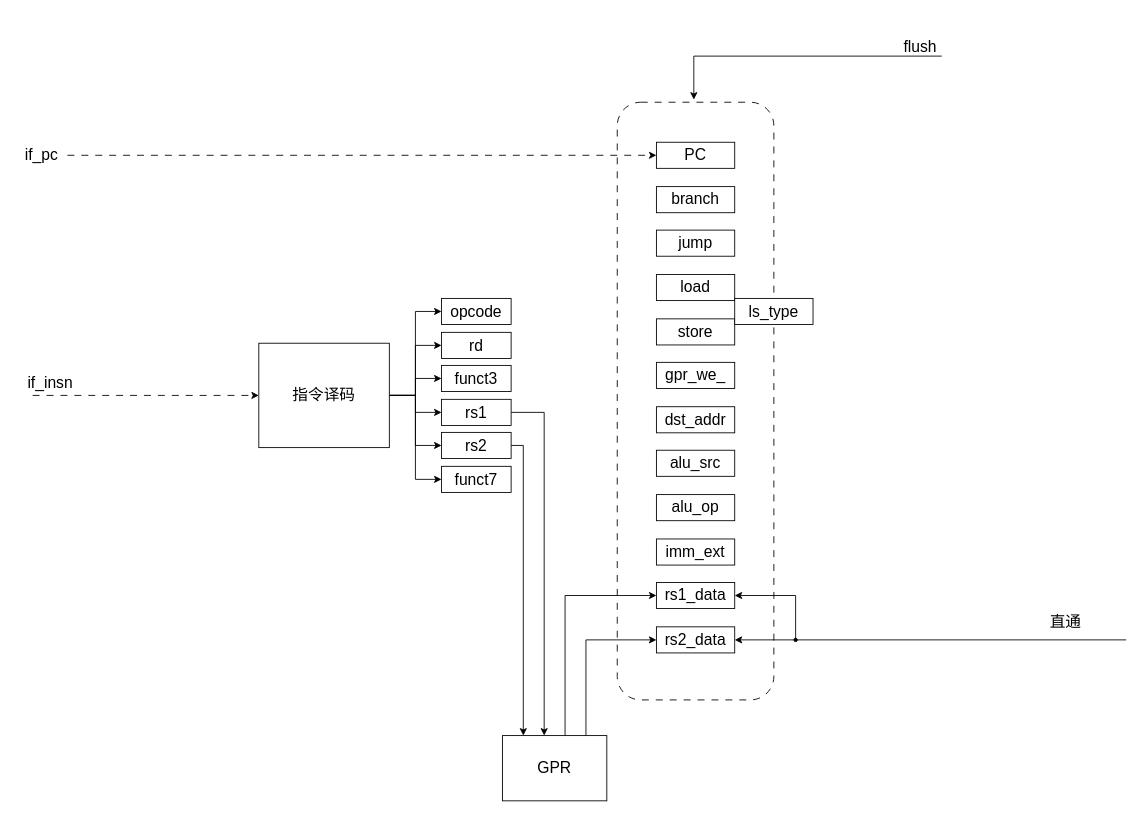
Unpdt/cySOC keeps this draw.io diagram as page "指令解析" (4 of 7) of Doc/cySOC总系统框图.drawio. Above is the earlier version. Source tidied: cells renumbered, new cells numbered last; positions are measured from the earlier drawing's top-left corner, leaving out a move shared by most shapes. Both pictures are drawn from the tidied source at 87%, with x=0, y=0 at pixel (15, 30).
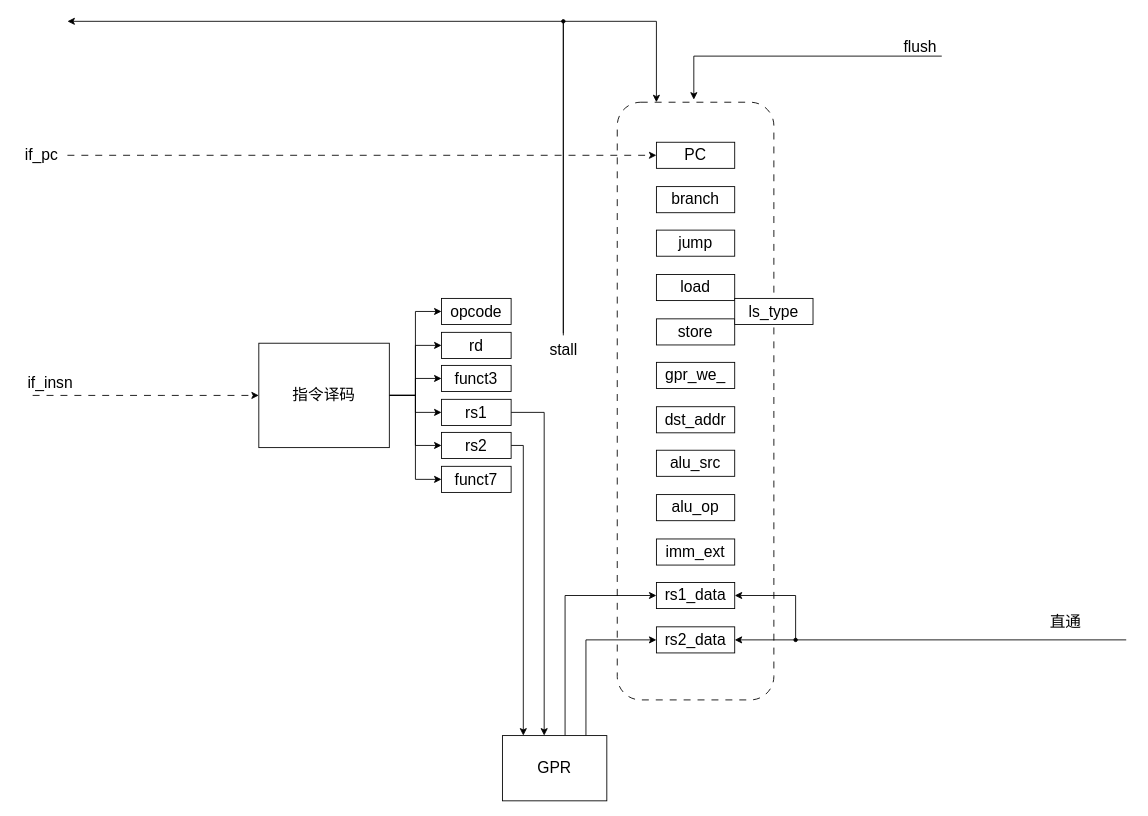
Above is the later version.

Unchanged cells that the change refers to:
```xml
<mxCell id="2" style="rounded=1;whiteSpace=wrap;html=1;dashed=1;dashPattern=8 8;" parent="1" vertex="1">
  <mxGeometry x="692" y="83" width="180" height="687" as="geometry" />
</mxCell>
```

Change to the diagram source:
```diff
@@
+    <mxCell id="44" style="endArrow=classic;html=1;rounded=0;" parent="1" edge="1">
+      <mxGeometry relative="1" as="geometry">
+        <mxPoint x="630" y="351" as="sourcePoint" />
+        <mxPoint x="60" y="-10" as="targetPoint" />
+        <Array as="points">
+          <mxPoint x="630" y="-10" />
+        </Array>
+      </mxGeometry>
+    </mxCell>
+    <mxCell id="45" value="&lt;span style=&quot;font-size: 18px;&quot;&gt;stall&lt;/span&gt;" style="text;html=1;align=center;verticalAlign=middle;strokeColor=none;fillColor=none;" parent="1" vertex="1">
+      <mxGeometry x="600" y="347.5" width="60" height="40" as="geometry" />
+    </mxCell>
+    <mxCell id="46" style="endArrow=classic;html=1;rounded=0;entryX=0.25;entryY=0;entryDx=0;entryDy=0;" parent="1" edge="1" target="2">
+      <mxGeometry relative="1" as="geometry">
+        <mxPoint x="630" y="348.5" as="sourcePoint" />
+        <Array as="points">
+          <mxPoint x="630" y="-10" />
+          <mxPoint x="737" y="-10" />
+        </Array>
+      </mxGeometry>
+    </mxCell>
+    <mxCell id="47" style="ellipse;whiteSpace=wrap;html=1;fillColor=#000000;" parent="1" vertex="1">
+      <mxGeometry x="628" y="-12" width="4" height="4" as="geometry" />
+    </mxCell>
```
